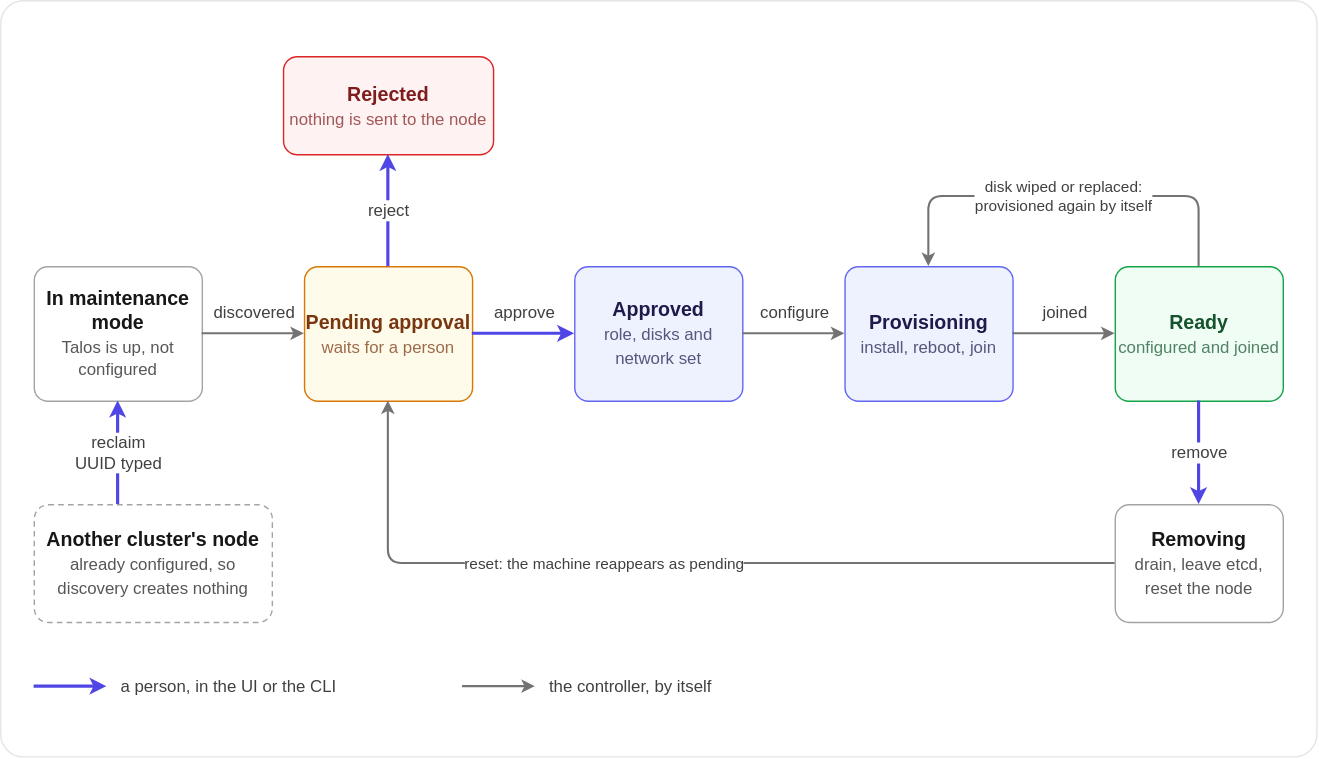
The draw.io diagram docs/images/machine-lifecycle.light.drawio.svg in maeshinshin/ichor, before a commit. Source tidied: cells renumbered, new cells last; positions are measured from the earlier drawing's top-left corner, leaving out a move shared by most shapes. Its diagram source:
```xml
<mxGraphModel>
  <root>
    <mxCell id="0" />
    <mxCell id="1" parent="0" />
    <mxCell id="2" style="rounded=1;arcSize=3;whiteSpace=wrap;html=1;fillColor=light-dark(#FFFFFF,#0A0A0A);strokeColor=light-dark(#E5E5E5,#262626);strokeWidth=1;fontColor=light-dark(#171717,#FAFAFA);fontFamily=Helvetica;fontSize=14;align=center;verticalAlign=middle;" parent="1" vertex="1">
      <mxGeometry width="940" height="540" as="geometry" />
    </mxCell>
    <mxCell id="3" value="&lt;b&gt;In maintenance mode&lt;/b&gt;&lt;br&gt;&lt;span style=&quot;font-size:12px;opacity:0.72&quot;&gt;Talos is up, not configured&lt;/span&gt;" style="rounded=1;arcSize=10;whiteSpace=wrap;html=1;fillColor=light-dark(#FFFFFF,#1A1A1A);strokeColor=light-dark(#A3A3A3,#525252);strokeWidth=1;fontColor=light-dark(#171717,#FAFAFA);fontFamily=Helvetica;fontSize=14;align=center;verticalAlign=middle;" parent="1" vertex="1">
      <mxGeometry x="24" y="190" width="120" height="96" as="geometry" />
    </mxCell>
    <mxCell id="4" value="&lt;b&gt;Pending approval&lt;/b&gt;&lt;br&gt;&lt;span style=&quot;font-size:12px;opacity:0.72&quot;&gt;waits for a person&lt;/span&gt;" style="rounded=1;arcSize=10;whiteSpace=wrap;html=1;fillColor=light-dark(#FFFBEB,#2B2008);strokeColor=light-dark(#D97706,#FBBF24);strokeWidth=1;fontColor=light-dark(#78350F,#FDE68A);fontFamily=Helvetica;fontSize=14;align=center;verticalAlign=middle;" parent="1" vertex="1">
      <mxGeometry x="217" y="190" width="120" height="96" as="geometry" />
    </mxCell>
    <mxCell id="5" value="&lt;b&gt;Approved&lt;/b&gt;&lt;br&gt;&lt;span style=&quot;font-size:12px;opacity:0.72&quot;&gt;role, disks and network set&lt;/span&gt;" style="rounded=1;arcSize=10;whiteSpace=wrap;html=1;fillColor=light-dark(#EEF2FF,#232553);strokeColor=light-dark(#6366F1,#818CF8);strokeWidth=1;fontColor=light-dark(#1E1B4B,#E0E7FF);fontFamily=Helvetica;fontSize=14;align=center;verticalAlign=middle;" parent="1" vertex="1">
      <mxGeometry x="410" y="190" width="120" height="96" as="geometry" />
    </mxCell>
    <mxCell id="6" value="&lt;b&gt;Provisioning&lt;/b&gt;&lt;br&gt;&lt;span style=&quot;font-size:12px;opacity:0.72&quot;&gt;install, reboot, join&lt;/span&gt;" style="rounded=1;arcSize=10;whiteSpace=wrap;html=1;fillColor=light-dark(#EEF2FF,#232553);strokeColor=light-dark(#6366F1,#818CF8);strokeWidth=1;fontColor=light-dark(#1E1B4B,#E0E7FF);fontFamily=Helvetica;fontSize=14;align=center;verticalAlign=middle;" parent="1" vertex="1">
      <mxGeometry x="603" y="190" width="120" height="96" as="geometry" />
    </mxCell>
    <mxCell id="7" value="&lt;b&gt;Ready&lt;/b&gt;&lt;br&gt;&lt;span style=&quot;font-size:12px;opacity:0.72&quot;&gt;configured and joined&lt;/span&gt;" style="rounded=1;arcSize=10;whiteSpace=wrap;html=1;fillColor=light-dark(#F0FDF4,#0E2A1B);strokeColor=light-dark(#16A34A,#4ADE80);strokeWidth=1;fontColor=light-dark(#14532D,#BBF7D0);fontFamily=Helvetica;fontSize=14;align=center;verticalAlign=middle;" parent="1" vertex="1">
      <mxGeometry x="796" y="190" width="120" height="96" as="geometry" />
    </mxCell>
    <mxCell id="8" value="&lt;b&gt;Rejected&lt;/b&gt;&lt;br&gt;&lt;span style=&quot;font-size:12px;opacity:0.72&quot;&gt;nothing is sent to the node&lt;/span&gt;" style="rounded=1;arcSize=14;whiteSpace=wrap;html=1;fillColor=light-dark(#FEF2F2,#2D1213);strokeColor=light-dark(#DC2626,#F87171);strokeWidth=1;fontColor=light-dark(#7F1D1D,#FECACA);fontFamily=Helvetica;fontSize=14;align=center;verticalAlign=middle;" parent="1" vertex="1">
      <mxGeometry x="202" y="40" width="150" height="70" as="geometry" />
    </mxCell>
    <mxCell id="9" value="&lt;b&gt;Removing&lt;/b&gt;&lt;br&gt;&lt;span style=&quot;font-size:12px;opacity:0.72&quot;&gt;drain, leave etcd, reset the node&lt;/span&gt;" style="rounded=1;arcSize=12;whiteSpace=wrap;html=1;fillColor=light-dark(#FFFFFF,#1A1A1A);strokeColor=light-dark(#A3A3A3,#525252);strokeWidth=1;fontColor=light-dark(#171717,#FAFAFA);fontFamily=Helvetica;fontSize=14;align=center;verticalAlign=middle;" parent="1" vertex="1">
      <mxGeometry x="796" y="360" width="120" height="84" as="geometry" />
    </mxCell>
    <mxCell id="10" value="&lt;b&gt;Another cluster's node&lt;/b&gt;&lt;br&gt;&lt;span style=&quot;font-size:12px;opacity:0.72&quot;&gt;already configured, so discovery creates nothing&lt;/span&gt;" style="rounded=1;arcSize=12;whiteSpace=wrap;html=1;fillColor=light-dark(#FFFFFF,#1A1A1A);strokeColor=light-dark(#A3A3A3,#525252);strokeWidth=1;fontColor=light-dark(#171717,#FAFAFA);fontFamily=Helvetica;fontSize=14;align=center;verticalAlign=middle;dashed=1;dashPattern=4 3;" parent="1" vertex="1">
      <mxGeometry x="24" y="360" width="170" height="84" as="geometry" />
    </mxCell>
    <mxCell id="11" value="discovered" style="edgeStyle=orthogonalEdgeStyle;rounded=1;jettySize=auto;html=1;strokeColor=light-dark(#737373,#A3A3A3);strokeWidth=1.5;endArrow=classic;endFill=1;endSize=5;startArrow=none;startFill=1;startSize=5;fontColor=light-dark(#404040,#D4D4D4);fontFamily=Helvetica;fontSize=12;labelBackgroundColor=light-dark(#FFFFFF,#0A0A0A);exitX=1;exitY=0.5;exitDx=0;exitDy=0;entryX=0;entryY=0.5;entryDx=0;entryDy=0;" parent="1" edge="1" source="3" target="4">
      <mxGeometry relative="1" as="geometry">
        <mxPoint y="-15" as="offset" />
      </mxGeometry>
    </mxCell>
    <mxCell id="12" value="approve" style="edgeStyle=orthogonalEdgeStyle;rounded=1;jettySize=auto;html=1;strokeColor=light-dark(#4F46E5,#A5B4FC);strokeWidth=2.25;endArrow=classic;endFill=1;endSize=5;startArrow=none;startFill=1;startSize=5;fontColor=light-dark(#404040,#D4D4D4);fontFamily=Helvetica;fontSize=12;labelBackgroundColor=light-dark(#FFFFFF,#0A0A0A);exitX=1;exitY=0.5;exitDx=0;exitDy=0;entryX=0;entryY=0.5;entryDx=0;entryDy=0;" parent="1" edge="1" source="4" target="5">
      <mxGeometry relative="1" as="geometry">
        <mxPoint y="-15" as="offset" />
      </mxGeometry>
    </mxCell>
    <mxCell id="13" value="configure" style="edgeStyle=orthogonalEdgeStyle;rounded=1;jettySize=auto;html=1;strokeColor=light-dark(#737373,#A3A3A3);strokeWidth=1.5;endArrow=classic;endFill=1;endSize=5;startArrow=none;startFill=1;startSize=5;fontColor=light-dark(#404040,#D4D4D4);fontFamily=Helvetica;fontSize=12;labelBackgroundColor=light-dark(#FFFFFF,#0A0A0A);exitX=1;exitY=0.5;exitDx=0;exitDy=0;entryX=0;entryY=0.5;entryDx=0;entryDy=0;" parent="1" edge="1" source="5" target="6">
      <mxGeometry relative="1" as="geometry">
        <mxPoint y="-15" as="offset" />
      </mxGeometry>
    </mxCell>
    <mxCell id="14" value="joined" style="edgeStyle=orthogonalEdgeStyle;rounded=1;jettySize=auto;html=1;strokeColor=light-dark(#737373,#A3A3A3);strokeWidth=1.5;endArrow=classic;endFill=1;endSize=5;startArrow=none;startFill=1;startSize=5;fontColor=light-dark(#404040,#D4D4D4);fontFamily=Helvetica;fontSize=12;labelBackgroundColor=light-dark(#FFFFFF,#0A0A0A);exitX=1;exitY=0.5;exitDx=0;exitDy=0;entryX=0;entryY=0.5;entryDx=0;entryDy=0;" parent="1" edge="1" source="6" target="7">
      <mxGeometry relative="1" as="geometry">
        <mxPoint y="-15" as="offset" />
      </mxGeometry>
    </mxCell>
    <mxCell id="15" value="reject" style="edgeStyle=orthogonalEdgeStyle;rounded=1;jettySize=auto;html=1;strokeColor=light-dark(#4F46E5,#A5B4FC);strokeWidth=2.25;endArrow=classic;endFill=1;endSize=5;startArrow=none;startFill=1;startSize=5;fontColor=light-dark(#404040,#D4D4D4);fontFamily=Helvetica;fontSize=12;labelBackgroundColor=light-dark(#FFFFFF,#0A0A0A);exitX=0.5;exitY=0;exitDx=0;exitDy=0;entryX=0.5;entryY=1;entryDx=0;entryDy=0;" parent="1" edge="1" source="4" target="8">
      <mxGeometry relative="1" as="geometry" />
    </mxCell>
    <mxCell id="16" value="disk wiped or replaced:&lt;br&gt;provisioned again by itself" style="edgeStyle=orthogonalEdgeStyle;rounded=1;jettySize=auto;html=1;strokeColor=light-dark(#737373,#A3A3A3);strokeWidth=1.5;endArrow=classic;endFill=1;endSize=5;startArrow=none;startFill=1;startSize=5;fontColor=light-dark(#404040,#D4D4D4);fontFamily=Helvetica;fontSize=11;labelBackgroundColor=light-dark(#FFFFFF,#0A0A0A);exitX=0.5;exitY=0;exitDx=0;exitDy=0;entryX=0.5;entryY=0;entryDx=0;entryDy=0;" parent="1" edge="1" source="7" target="6">
      <mxGeometry relative="1" as="geometry">
        <Array as="points">
          <mxPoint x="856" y="140" />
          <mxPoint x="663" y="140" />
        </Array>
      </mxGeometry>
    </mxCell>
    <mxCell id="17" value="remove" style="edgeStyle=orthogonalEdgeStyle;rounded=1;jettySize=auto;html=1;strokeColor=light-dark(#4F46E5,#A5B4FC);strokeWidth=2.25;endArrow=classic;endFill=1;endSize=5;startArrow=none;startFill=1;startSize=5;fontColor=light-dark(#404040,#D4D4D4);fontFamily=Helvetica;fontSize=12;labelBackgroundColor=light-dark(#FFFFFF,#0A0A0A);exitX=0.5;exitY=1;exitDx=0;exitDy=0;entryX=0.5;entryY=0;entryDx=0;entryDy=0;" parent="1" edge="1" source="7" target="9">
      <mxGeometry relative="1" as="geometry" />
    </mxCell>
    <mxCell id="18" value="reset: the machine reappears as pending" style="edgeStyle=orthogonalEdgeStyle;rounded=1;jettySize=auto;html=1;strokeColor=light-dark(#737373,#A3A3A3);strokeWidth=1.5;endArrow=classic;endFill=1;endSize=5;startArrow=none;startFill=1;startSize=5;fontColor=light-dark(#404040,#D4D4D4);fontFamily=Helvetica;fontSize=11;labelBackgroundColor=light-dark(#FFFFFF,#0A0A0A);exitX=0;exitY=0.5;exitDx=0;exitDy=0;entryX=0.5;entryY=1;entryDx=0;entryDy=0;" parent="1" edge="1" source="9" target="4">
      <mxGeometry x="0.15" relative="1" as="geometry">
        <Array as="points">
          <mxPoint x="277" y="402" />
        </Array>
      </mxGeometry>
    </mxCell>
    <mxCell id="19" value="reclaim&lt;br&gt;UUID typed" style="edgeStyle=orthogonalEdgeStyle;rounded=1;jettySize=auto;html=1;strokeColor=light-dark(#4F46E5,#A5B4FC);strokeWidth=2.25;endArrow=classic;endFill=1;endSize=5;startArrow=none;startFill=1;startSize=5;fontColor=light-dark(#404040,#D4D4D4);fontFamily=Helvetica;fontSize=12;labelBackgroundColor=light-dark(#FFFFFF,#0A0A0A);exitX=0.35294117647058826;exitY=0;exitDx=0;exitDy=0;entryX=0.5;entryY=1;entryDx=0;entryDy=0;" parent="1" edge="1" source="10" target="3">
      <mxGeometry relative="1" as="geometry" />
    </mxCell>
    <mxCell id="20" style="edgeStyle=none;html=1;strokeColor=light-dark(#4F46E5,#A5B4FC);strokeWidth=2.25;endArrow=classic;endFill=1;endSize=5;" parent="1" edge="1">
      <mxGeometry relative="1" as="geometry">
        <mxPoint x="24" y="490" as="sourcePoint" />
        <mxPoint x="76" y="490" as="targetPoint" />
      </mxGeometry>
    </mxCell>
    <mxCell id="21" value="a person, in the UI or the CLI" style="text=1;html=1;whiteSpace=wrap;fillColor=none;strokeColor=none;fontColor=light-dark(#404040,#D4D4D4);fontFamily=Helvetica;fontSize=12;align=left;verticalAlign=middle;spacing=0;" parent="1" vertex="1">
      <mxGeometry x="86" y="480" width="200" height="20" as="geometry" />
    </mxCell>
    <mxCell id="22" style="edgeStyle=none;html=1;strokeColor=light-dark(#737373,#A3A3A3);strokeWidth=1.5;endArrow=classic;endFill=1;endSize=5;" parent="1" edge="1">
      <mxGeometry relative="1" as="geometry">
        <mxPoint x="330" y="490" as="sourcePoint" />
        <mxPoint x="382" y="490" as="targetPoint" />
      </mxGeometry>
    </mxCell>
    <mxCell id="23" value="the controller, by itself" style="text=1;html=1;whiteSpace=wrap;fillColor=none;strokeColor=none;fontColor=light-dark(#404040,#D4D4D4);fontFamily=Helvetica;fontSize=12;align=left;verticalAlign=middle;spacing=0;" parent="1" vertex="1">
      <mxGeometry x="392" y="480" width="200" height="20" as="geometry" />
    </mxCell>
  </root>
</mxGraphModel>
```
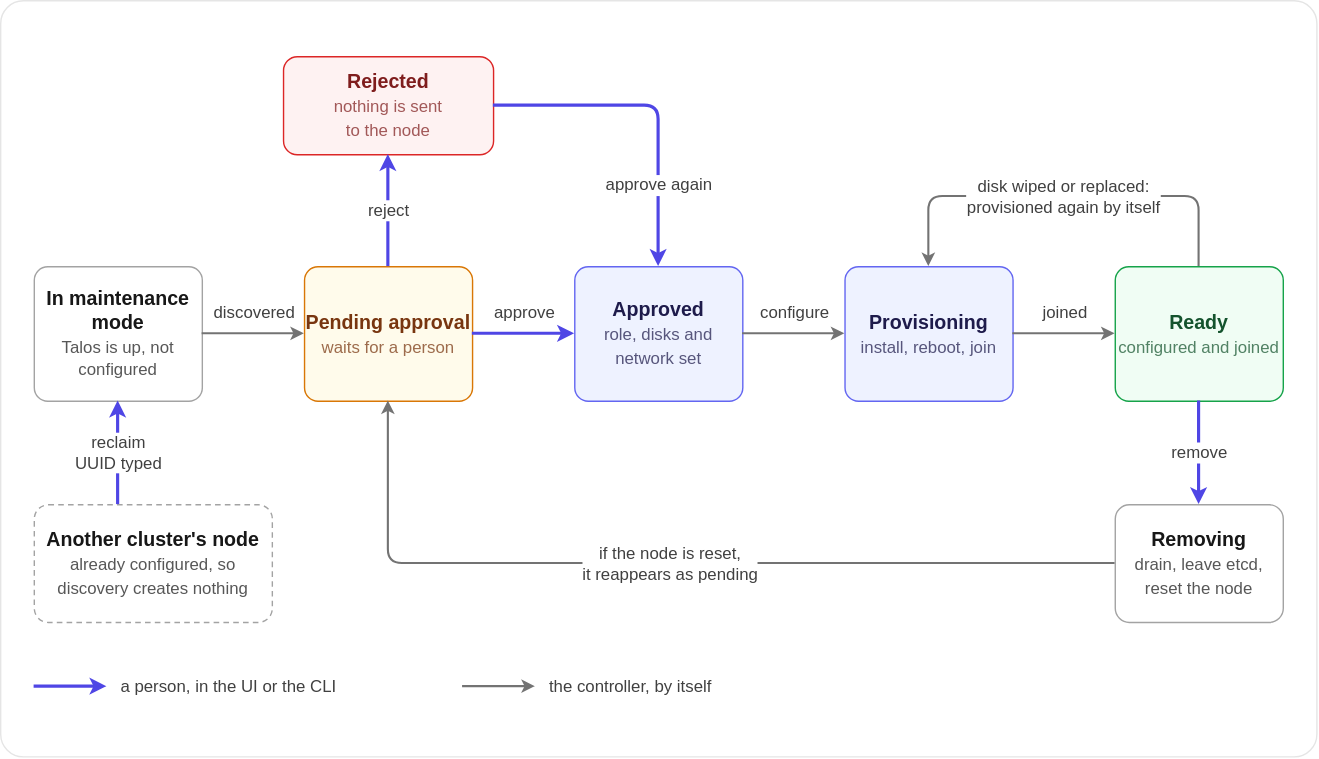
Above is the later version.

Commit message:
docs(diagrams): machine-lifecycle: draw how a rejected machine is approved again, place the reset label clear of its line

Diff of the diagram source:
```diff
@@ -20,7 +20,7 @@
     <mxCell id="7" value="&lt;b&gt;Ready&lt;/b&gt;&lt;br&gt;&lt;span style=&quot;font-size:12px;opacity:0.72&quot;&gt;configured and joined&lt;/span&gt;" style="rounded=1;arcSize=10;whiteSpace=wrap;html=1;fillColor=light-dark(#F0FDF4,#0E2A1B);strokeColor=light-dark(#16A34A,#4ADE80);strokeWidth=1;fontColor=light-dark(#14532D,#BBF7D0);fontFamily=Helvetica;fontSize=14;align=center;verticalAlign=middle;" parent="1" vertex="1">
       <mxGeometry x="796" y="190" width="120" height="96" as="geometry" />
     </mxCell>
-    <mxCell id="8" value="&lt;b&gt;Rejected&lt;/b&gt;&lt;br&gt;&lt;span style=&quot;font-size:12px;opacity:0.72&quot;&gt;nothing is sent to the node&lt;/span&gt;" style="rounded=1;arcSize=14;whiteSpace=wrap;html=1;fillColor=light-dark(#FEF2F2,#2D1213);strokeColor=light-dark(#DC2626,#F87171);strokeWidth=1;fontColor=light-dark(#7F1D1D,#FECACA);fontFamily=Helvetica;fontSize=14;align=center;verticalAlign=middle;" parent="1" vertex="1">
+    <mxCell id="8" value="&lt;b&gt;Rejected&lt;/b&gt;&lt;br&gt;&lt;span style=&quot;font-size:12px;opacity:0.72&quot;&gt;nothing is sent&lt;br&gt;to the node&lt;/span&gt;" style="rounded=1;arcSize=14;whiteSpace=wrap;html=1;fillColor=light-dark(#FEF2F2,#2D1213);strokeColor=light-dark(#DC2626,#F87171);strokeWidth=1;fontColor=light-dark(#7F1D1D,#FECACA);fontFamily=Helvetica;fontSize=14;align=center;verticalAlign=middle;" parent="1" vertex="1">
       <mxGeometry x="202" y="40" width="150" height="70" as="geometry" />
     </mxCell>
     <mxCell id="9" value="&lt;b&gt;Removing&lt;/b&gt;&lt;br&gt;&lt;span style=&quot;font-size:12px;opacity:0.72&quot;&gt;drain, leave etcd, reset the node&lt;/span&gt;" style="rounded=1;arcSize=12;whiteSpace=wrap;html=1;fillColor=light-dark(#FFFFFF,#1A1A1A);strokeColor=light-dark(#A3A3A3,#525252);strokeWidth=1;fontColor=light-dark(#171717,#FAFAFA);fontFamily=Helvetica;fontSize=14;align=center;verticalAlign=middle;" parent="1" vertex="1">
@@ -52,7 +52,7 @@
     <mxCell id="15" value="reject" style="edgeStyle=orthogonalEdgeStyle;rounded=1;jettySize=auto;html=1;strokeColor=light-dark(#4F46E5,#A5B4FC);strokeWidth=2.25;endArrow=classic;endFill=1;endSize=5;startArrow=none;startFill=1;startSize=5;fontColor=light-dark(#404040,#D4D4D4);fontFamily=Helvetica;fontSize=12;labelBackgroundColor=light-dark(#FFFFFF,#0A0A0A);exitX=0.5;exitY=0;exitDx=0;exitDy=0;entryX=0.5;entryY=1;entryDx=0;entryDy=0;" parent="1" edge="1" source="4" target="8">
       <mxGeometry relative="1" as="geometry" />
     </mxCell>
-    <mxCell id="16" value="disk wiped or replaced:&lt;br&gt;provisioned again by itself" style="edgeStyle=orthogonalEdgeStyle;rounded=1;jettySize=auto;html=1;strokeColor=light-dark(#737373,#A3A3A3);strokeWidth=1.5;endArrow=classic;endFill=1;endSize=5;startArrow=none;startFill=1;startSize=5;fontColor=light-dark(#404040,#D4D4D4);fontFamily=Helvetica;fontSize=11;labelBackgroundColor=light-dark(#FFFFFF,#0A0A0A);exitX=0.5;exitY=0;exitDx=0;exitDy=0;entryX=0.5;entryY=0;entryDx=0;entryDy=0;" parent="1" edge="1" source="7" target="6">
+    <mxCell id="16" value="disk wiped or replaced:&lt;br&gt;provisioned again by itself" style="edgeStyle=orthogonalEdgeStyle;rounded=1;jettySize=auto;html=1;strokeColor=light-dark(#737373,#A3A3A3);strokeWidth=1.5;endArrow=classic;endFill=1;endSize=5;startArrow=none;startFill=1;startSize=5;fontColor=light-dark(#404040,#D4D4D4);fontFamily=Helvetica;fontSize=12;labelBackgroundColor=light-dark(#FFFFFF,#0A0A0A);exitX=0.5;exitY=0;exitDx=0;exitDy=0;entryX=0.5;entryY=0;entryDx=0;entryDy=0;" parent="1" edge="1" source="7" target="6">
       <mxGeometry relative="1" as="geometry">
         <Array as="points">
           <mxPoint x="856" y="140" />
@@ -63,8 +63,8 @@
     <mxCell id="17" value="remove" style="edgeStyle=orthogonalEdgeStyle;rounded=1;jettySize=auto;html=1;strokeColor=light-dark(#4F46E5,#A5B4FC);strokeWidth=2.25;endArrow=classic;endFill=1;endSize=5;startArrow=none;startFill=1;startSize=5;fontColor=light-dark(#404040,#D4D4D4);fontFamily=Helvetica;fontSize=12;labelBackgroundColor=light-dark(#FFFFFF,#0A0A0A);exitX=0.5;exitY=1;exitDx=0;exitDy=0;entryX=0.5;entryY=0;entryDx=0;entryDy=0;" parent="1" edge="1" source="7" target="9">
       <mxGeometry relative="1" as="geometry" />
     </mxCell>
-    <mxCell id="18" value="reset: the machine reappears as pending" style="edgeStyle=orthogonalEdgeStyle;rounded=1;jettySize=auto;html=1;strokeColor=light-dark(#737373,#A3A3A3);strokeWidth=1.5;endArrow=classic;endFill=1;endSize=5;startArrow=none;startFill=1;startSize=5;fontColor=light-dark(#404040,#D4D4D4);fontFamily=Helvetica;fontSize=11;labelBackgroundColor=light-dark(#FFFFFF,#0A0A0A);exitX=0;exitY=0.5;exitDx=0;exitDy=0;entryX=0.5;entryY=1;entryDx=0;entryDy=0;" parent="1" edge="1" source="9" target="4">
-      <mxGeometry x="0.15" relative="1" as="geometry">
+    <mxCell id="18" value="if the node is reset,&lt;br&gt;it reappears as pending" style="edgeStyle=orthogonalEdgeStyle;rounded=1;jettySize=auto;html=1;strokeColor=light-dark(#737373,#A3A3A3);strokeWidth=1.5;endArrow=classic;endFill=1;endSize=5;startArrow=none;startFill=1;startSize=5;fontColor=light-dark(#404040,#D4D4D4);fontFamily=Helvetica;fontSize=12;labelBackgroundColor=light-dark(#FFFFFF,#0A0A0A);exitX=0;exitY=0.5;exitDx=0;exitDy=0;entryX=0.5;entryY=1;entryDx=0;entryDy=0;" parent="1" edge="1" source="9" target="4">
+      <mxGeometry relative="1" as="geometry">
         <Array as="points">
           <mxPoint x="277" y="402" />
         </Array>
@@ -91,5 +91,8 @@
     <mxCell id="23" value="the controller, by itself" style="text=1;html=1;whiteSpace=wrap;fillColor=none;strokeColor=none;fontColor=light-dark(#404040,#D4D4D4);fontFamily=Helvetica;fontSize=12;align=left;verticalAlign=middle;spacing=0;" parent="1" vertex="1">
       <mxGeometry x="392" y="480" width="200" height="20" as="geometry" />
     </mxCell>
+    <mxCell id="24" value="approve again" style="edgeStyle=orthogonalEdgeStyle;rounded=1;jettySize=auto;html=1;strokeColor=light-dark(#4F46E5,#A5B4FC);strokeWidth=2.25;endArrow=classic;endFill=1;endSize=5;startArrow=none;startFill=1;startSize=5;fontColor=light-dark(#404040,#D4D4D4);fontFamily=Helvetica;fontSize=12;labelBackgroundColor=light-dark(#FFFFFF,#0A0A0A);exitX=1;exitY=0.5;exitDx=0;exitDy=0;entryX=0.5;entryY=0;entryDx=0;entryDy=0;" parent="1" edge="1" source="8" target="5">
+      <mxGeometry x="0.5" relative="1" as="geometry" />
+    </mxCell>
   </root>
 </mxGraphModel>
```
